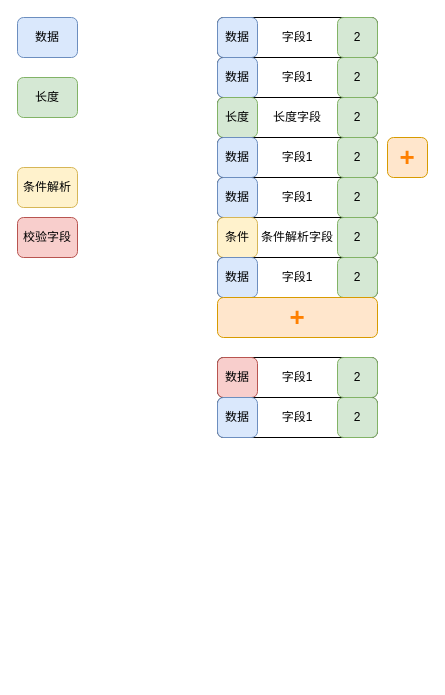
Before: 未命名绘图.drawio in vihunk/appsmith, a draw.io diagram. Source tidied: cells renumbered, new cells numbered last; positions are measured from the earlier drawing's top-left corner, leaving out a move shared by most shapes. Both pictures are drawn from the tidied source at 100%, with x=0, y=0 at pixel (17, 17).
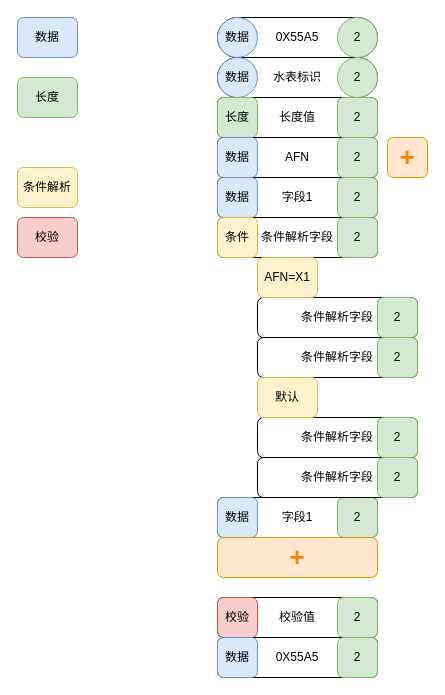
The same page after the edit.

Commit message (it also covers changes not shown here):
更新未命名绘图.drawio

The edit, as a diff of the source:
```diff
@@
-    <mxCell id="2" value="字段1" style="rounded=1;whiteSpace=wrap;html=1;" parent="1" vertex="1">
+    <mxCell id="2" value="0X55A5" style="rounded=1;whiteSpace=wrap;html=1;arcSize=50;fontStyle=0;" parent="1" vertex="1">
       <mxGeometry x="200" width="160" height="40" as="geometry" />
     </mxCell>
-    <mxCell id="3" value="数据" style="rounded=1;whiteSpace=wrap;html=1;fillColor=#dae8fc;strokeColor=#6c8ebf;" parent="1" vertex="1">
+    <mxCell id="3" value="数据" style="rounded=1;whiteSpace=wrap;html=1;fillColor=#dae8fc;strokeColor=#6c8ebf;arcSize=50;" parent="1" vertex="1">
       <mxGeometry x="200" width="40" height="40" as="geometry" />
     </mxCell>
@@
-    <mxCell id="5" value="2" style="rounded=1;whiteSpace=wrap;html=1;fillColor=#d5e8d4;strokeColor=#82b366;" parent="1" vertex="1">
+    <mxCell id="5" value="2" style="rounded=1;whiteSpace=wrap;html=1;fillColor=#d5e8d4;strokeColor=#82b366;arcSize=50;" parent="1" vertex="1">
       <mxGeometry x="320" width="40" height="40" as="geometry" />
     </mxCell>
-    <mxCell id="6" value="字段1" style="rounded=1;whiteSpace=wrap;html=1;" parent="1" vertex="1">
+    <mxCell id="6" value="水表标识" style="rounded=1;whiteSpace=wrap;html=1;arcSize=50;" parent="1" vertex="1">
       <mxGeometry x="200" y="40" width="160" height="40" as="geometry" />
     </mxCell>
-    <mxCell id="7" value="数据" style="rounded=1;whiteSpace=wrap;html=1;fillColor=#dae8fc;strokeColor=#6c8ebf;" parent="1" vertex="1">
+    <mxCell id="7" value="数据" style="rounded=1;whiteSpace=wrap;html=1;fillColor=#dae8fc;strokeColor=#6c8ebf;arcSize=50;" parent="1" vertex="1">
       <mxGeometry x="200" y="40" width="40" height="40" as="geometry" />
     </mxCell>
-    <mxCell id="8" value="2" style="rounded=1;whiteSpace=wrap;html=1;fillColor=#d5e8d4;strokeColor=#82b366;" parent="1" vertex="1">
+    <mxCell id="8" value="2" style="rounded=1;whiteSpace=wrap;html=1;fillColor=#d5e8d4;strokeColor=#82b366;arcSize=50;" parent="1" vertex="1">
       <mxGeometry x="320" y="40" width="40" height="40" as="geometry" />
     </mxCell>
-    <mxCell id="9" value="长度字段" style="rounded=1;whiteSpace=wrap;html=1;" parent="1" vertex="1">
+    <mxCell id="9" value="长度值" style="rounded=1;whiteSpace=wrap;html=1;" parent="1" vertex="1">
       <mxGeometry x="200" y="80" width="160" height="40" as="geometry" />
     </mxCell>
@@
-    <mxCell id="12" value="字段1" style="rounded=1;whiteSpace=wrap;html=1;" parent="1" vertex="1">
+    <mxCell id="12" value="AFN" style="rounded=1;whiteSpace=wrap;html=1;" parent="1" vertex="1">
       <mxGeometry x="200" y="120" width="160" height="40" as="geometry" />
     </mxCell>
@@
     <mxCell id="23" value="字段1" style="rounded=1;whiteSpace=wrap;html=1;" parent="1" vertex="1">
-      <mxGeometry x="200" y="240" width="160" height="40" as="geometry" />
+      <mxGeometry x="200" y="480" width="160" height="40" as="geometry" />
     </mxCell>
     <mxCell id="24" value="数据" style="rounded=1;whiteSpace=wrap;html=1;fillColor=#dae8fc;strokeColor=#6c8ebf;" parent="1" vertex="1">
-      <mxGeometry x="200" y="240" width="40" height="40" as="geometry" />
+      <mxGeometry x="200" y="480" width="40" height="40" as="geometry" />
     </mxCell>
     <mxCell id="25" value="2" style="rounded=1;whiteSpace=wrap;html=1;fillColor=#d5e8d4;strokeColor=#82b366;" parent="1" vertex="1">
-      <mxGeometry x="320" y="240" width="40" height="40" as="geometry" />
+      <mxGeometry x="320" y="480" width="40" height="40" as="geometry" />
     </mxCell>
@@
     <mxCell id="27" value="+" style="rounded=1;whiteSpace=wrap;html=1;fontSize=26;fillColor=#ffe6cc;strokeColor=#d79b00;fontColor=#FF8000;fontStyle=1;" parent="1" vertex="1">
-      <mxGeometry x="200" y="280" width="160" height="40" as="geometry" />
+      <mxGeometry x="200" y="520" width="160" height="40" as="geometry" />
     </mxCell>
-    <mxCell id="28" value="字段1" style="rounded=1;whiteSpace=wrap;html=1;" parent="1" vertex="1">
-      <mxGeometry x="200" y="340" width="160" height="40" as="geometry" />
+    <mxCell id="28" value="校验值" style="rounded=1;whiteSpace=wrap;html=1;" parent="1" vertex="1">
+      <mxGeometry x="200" y="580" width="160" height="40" as="geometry" />
     </mxCell>
-    <mxCell id="29" value="数据" style="rounded=1;whiteSpace=wrap;html=1;fillColor=#f8cecc;strokeColor=#b85450;" parent="1" vertex="1">
-      <mxGeometry x="200" y="340" width="40" height="40" as="geometry" />
+    <mxCell id="29" value="校验" style="rounded=1;whiteSpace=wrap;html=1;fillColor=#f8cecc;strokeColor=#b85450;" parent="1" vertex="1">
+      <mxGeometry x="200" y="580" width="40" height="40" as="geometry" />
     </mxCell>
     <mxCell id="30" value="2" style="rounded=1;whiteSpace=wrap;html=1;fillColor=#d5e8d4;strokeColor=#82b366;" parent="1" vertex="1">
-      <mxGeometry x="320" y="340" width="40" height="40" as="geometry" />
+      <mxGeometry x="320" y="580" width="40" height="40" as="geometry" />
     </mxCell>
-    <mxCell id="31" value="校验字段" style="rounded=1;whiteSpace=wrap;html=1;fillColor=#f8cecc;strokeColor=#b85450;" parent="1" vertex="1">
+    <mxCell id="31" value="校验" style="rounded=1;whiteSpace=wrap;html=1;fillColor=#f8cecc;strokeColor=#b85450;" parent="1" vertex="1">
       <mxGeometry y="200" width="60" height="40" as="geometry" />
     </mxCell>
-    <mxCell id="32" value="字段1" style="rounded=1;whiteSpace=wrap;html=1;" parent="1" vertex="1">
-      <mxGeometry x="200" y="380" width="160" height="40" as="geometry" />
+    <mxCell id="32" value="0X55A5" style="rounded=1;whiteSpace=wrap;html=1;fontStyle=0;" parent="1" vertex="1">
+      <mxGeometry x="200" y="620" width="160" height="40" as="geometry" />
     </mxCell>
     <mxCell id="33" value="数据" style="rounded=1;whiteSpace=wrap;html=1;fillColor=#dae8fc;strokeColor=#6c8ebf;" parent="1" vertex="1">
-      <mxGeometry x="200" y="380" width="40" height="40" as="geometry" />
+      <mxGeometry x="200" y="620" width="40" height="40" as="geometry" />
     </mxCell>
     <mxCell id="34" value="2" style="rounded=1;whiteSpace=wrap;html=1;fillColor=#d5e8d4;strokeColor=#82b366;" parent="1" vertex="1">
-      <mxGeometry x="320" y="380" width="40" height="40" as="geometry" />
+      <mxGeometry x="320" y="620" width="40" height="40" as="geometry" />
     </mxCell>
+    <mxCell id="35" value="条件解析字段" style="rounded=1;whiteSpace=wrap;html=1;" parent="1" vertex="1">
+      <mxGeometry x="240" y="280" width="160" height="40" as="geometry" />
+    </mxCell>
+    <mxCell id="36" value="AFN=X1" style="rounded=1;whiteSpace=wrap;html=1;fillColor=#fff2cc;strokeColor=#d6b656;" parent="1" vertex="1">
+      <mxGeometry x="240" y="240" width="60" height="40" as="geometry" />
+    </mxCell>
+    <mxCell id="37" value="2" style="rounded=1;whiteSpace=wrap;html=1;fillColor=#d5e8d4;strokeColor=#82b366;" parent="1" vertex="1">
+      <mxGeometry x="360" y="280" width="40" height="40" as="geometry" />
+    </mxCell>
+    <mxCell id="38" value="条件解析字段" style="rounded=1;whiteSpace=wrap;html=1;" parent="1" vertex="1">
+      <mxGeometry x="240" y="320" width="160" height="40" as="geometry" />
+    </mxCell>
+    <mxCell id="39" value="2" style="rounded=1;whiteSpace=wrap;html=1;fillColor=#d5e8d4;strokeColor=#82b366;" parent="1" vertex="1">
+      <mxGeometry x="360" y="320" width="40" height="40" as="geometry" />
+    </mxCell>
+    <mxCell id="40" value="条件解析字段" style="rounded=1;whiteSpace=wrap;html=1;" parent="1" vertex="1">
+      <mxGeometry x="240" y="400" width="160" height="40" as="geometry" />
+    </mxCell>
+    <mxCell id="41" value="默认" style="rounded=1;whiteSpace=wrap;html=1;fillColor=#fff2cc;strokeColor=#d6b656;" parent="1" vertex="1">
+      <mxGeometry x="240" y="360" width="60" height="40" as="geometry" />
+    </mxCell>
+    <mxCell id="42" value="2" style="rounded=1;whiteSpace=wrap;html=1;fillColor=#d5e8d4;strokeColor=#82b366;" parent="1" vertex="1">
+      <mxGeometry x="360" y="400" width="40" height="40" as="geometry" />
+    </mxCell>
+    <mxCell id="43" value="条件解析字段" style="rounded=1;whiteSpace=wrap;html=1;" parent="1" vertex="1">
+      <mxGeometry x="240" y="440" width="160" height="40" as="geometry" />
+    </mxCell>
+    <mxCell id="44" value="2" style="rounded=1;whiteSpace=wrap;html=1;fillColor=#d5e8d4;strokeColor=#82b366;" parent="1" vertex="1">
+      <mxGeometry x="360" y="440" width="40" height="40" as="geometry" />
+    </mxCell>
```
